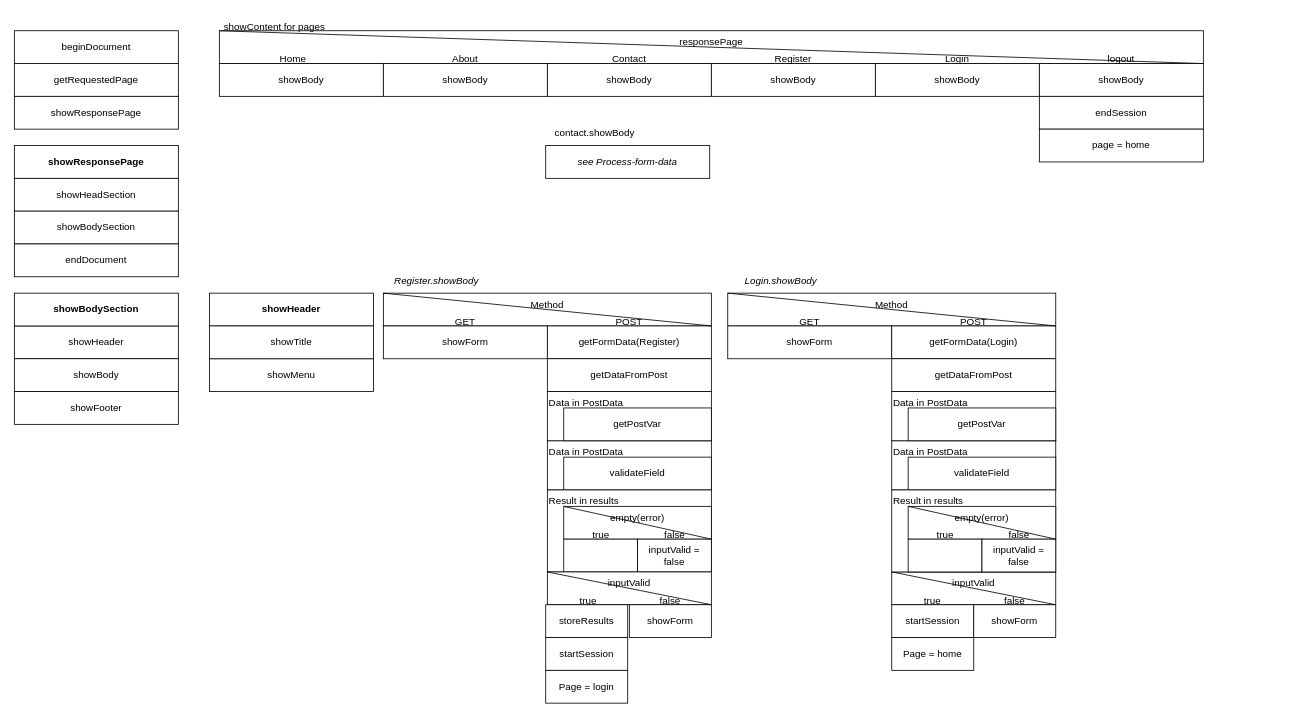
Above: Diagrams/routing.drawio in JeroenHeemskerk/educom-webshop-basis-1725865732 (draw.io), before the change. Source tidied: cells renumbered, new cells numbered last; positions are measured from the earlier drawing's top-left corner, leaving out a move shared by most shapes. Both pictures are drawn from the tidied source at 82%, with x=0, y=0 at pixel (14, 14).
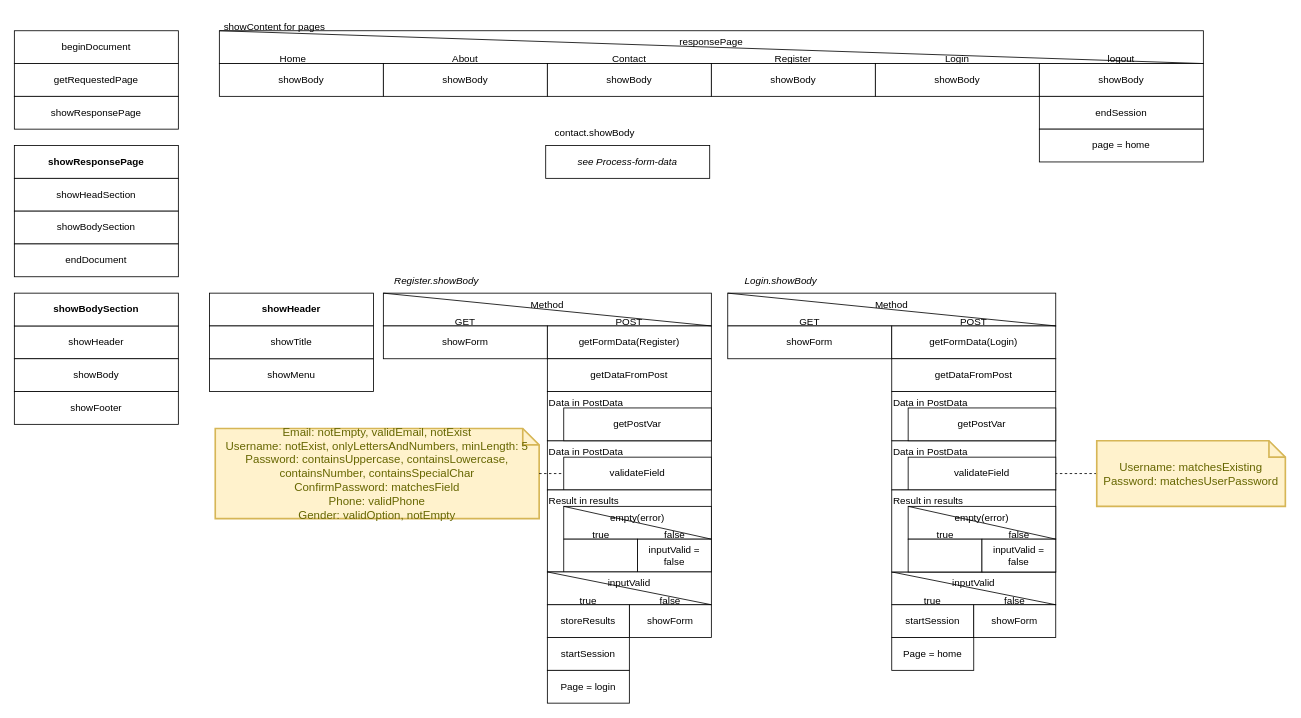
The same diagram, later.

Unchanged cells that the change refers to:
```xml
<mxCell id="47" value="validateField" style="rounded=0;whiteSpace=wrap;html=1;" parent="1" vertex="1">
  <mxGeometry x="670" y="540" width="180" height="40" as="geometry" />
</mxCell>
<mxCell id="74" value="validateField" style="rounded=0;whiteSpace=wrap;html=1;" parent="1" vertex="1">
  <mxGeometry x="1090" y="540" width="180" height="40" as="geometry" />
</mxCell>
```

Diff of the diagram source:
```diff
@@
     <mxCell id="57" value="startSession" style="rounded=0;whiteSpace=wrap;html=1;" parent="1" vertex="1">
-      <mxGeometry x="648" y="760" width="100" height="40" as="geometry" />
+      <mxGeometry x="650" y="760" width="100" height="40" as="geometry" />
     </mxCell>
@@
     <mxCell id="62" value="Page = login" style="rounded=0;whiteSpace=wrap;html=1;" parent="1" vertex="1">
-      <mxGeometry x="648" y="800" width="100" height="40" as="geometry" />
+      <mxGeometry x="650" y="800" width="100" height="40" as="geometry" />
     </mxCell>
     <mxCell id="63" value="storeResults" style="rounded=0;whiteSpace=wrap;html=1;" parent="1" vertex="1">
-      <mxGeometry x="648" y="720" width="100" height="40" as="geometry" />
+      <mxGeometry x="650" y="720" width="100" height="40" as="geometry" />
     </mxCell>
@@
+    <mxCell id="91" value="Email: notEmpty, validEmail, notExist&lt;br&gt;Username: notExist, onlyLettersAndNumbers, minLength: 5&lt;br&gt;Password:&amp;nbsp;containsUppercase, containsLowercase, containsNumber,&amp;nbsp;containsSpecialChar&lt;br&gt;ConfirmPassword: matchesField&lt;br&gt;Phone: validPhone&lt;br&gt;Gender: validOption, notEmpty" style="shape=note;strokeWidth=2;fontSize=14;size=20;whiteSpace=wrap;html=1;fillColor=#fff2cc;strokeColor=#d6b656;fontColor=#666600;" parent="1" vertex="1">
+      <mxGeometry x="245" y="505" width="395" height="110" as="geometry" />
+    </mxCell>
+    <mxCell id="92" style="edgeStyle=none;html=1;endArrow=none;endFill=0;dashed=1;" parent="1" edge="1" source="91" target="47">
+      <mxGeometry relative="1" as="geometry" />
+    </mxCell>
+    <mxCell id="93" style="edgeStyle=none;html=1;dashed=1;fontFamily=Helvetica;fontColor=#666600;endArrow=none;endFill=0;" parent="1" edge="1" source="94" target="74">
+      <mxGeometry relative="1" as="geometry" />
+    </mxCell>
+    <mxCell id="94" value="Username: matchesExisting&lt;br&gt;Password: matchesUserPassword" style="shape=note;strokeWidth=2;fontSize=14;size=20;whiteSpace=wrap;html=1;fillColor=#fff2cc;strokeColor=#d6b656;fontColor=#666600;fontFamily=Helvetica;" parent="1" vertex="1">
+      <mxGeometry x="1320" y="520" width="230" height="80" as="geometry" />
+    </mxCell>
```
